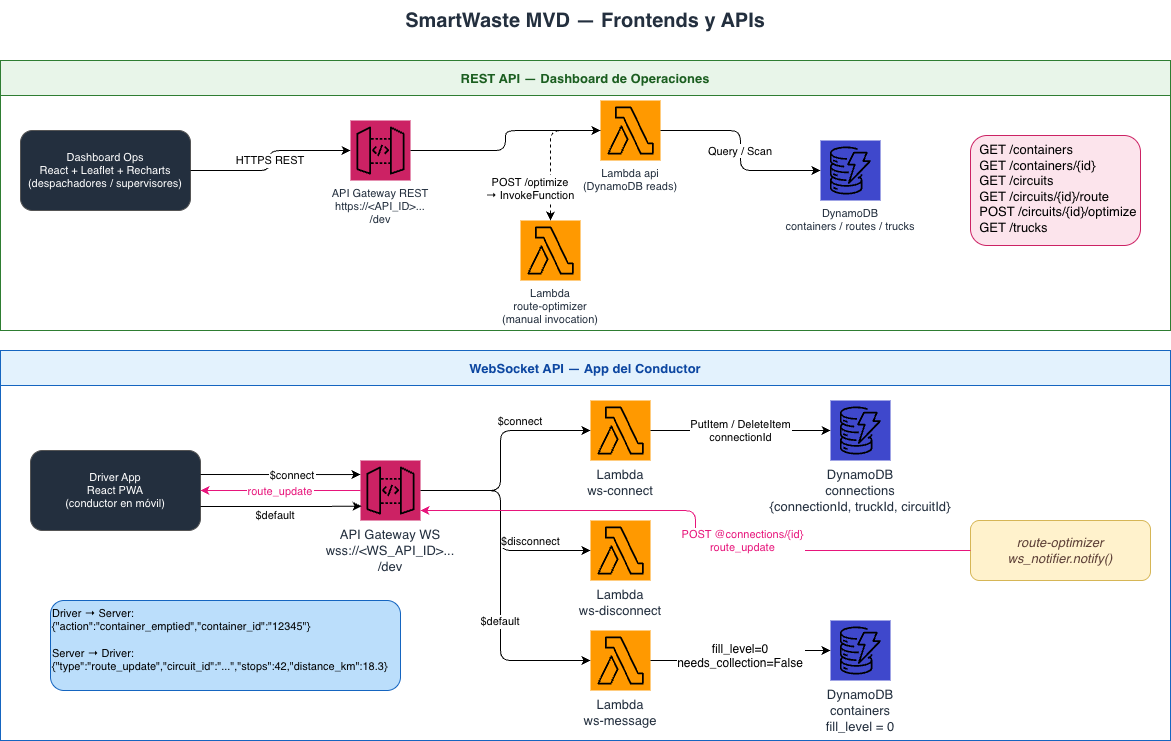
Before: docs/diagrams/03-frontend-apis-english.png, a diagram exported from draw.io (IgnacioSoler1/Smart_waste_management). Source tidied: cells renumbered, new cells last; positions are measured from the earlier drawing's top-left corner, leaving out a move shared by most shapes. Source of this version:
```xml
<mxGraphModel>
  <root>
    <mxCell id="0" />
    <mxCell id="1" parent="0" />
    <mxCell id="2" value="SmartWaste MVD — Frontends y APIs" style="text;html=1;strokeColor=none;fillColor=none;align=center;verticalAlign=middle;whiteSpace=wrap;fontSize=20;fontStyle=1;fontColor=#232F3E;" parent="1" vertex="1">
      <mxGeometry x="85" width="1000" height="40" as="geometry" />
    </mxCell>
    <mxCell id="3" value="REST API — Dashboard de Operaciones" style="swimlane;startSize=35;fillColor=#E8F5E9;strokeColor=#2E7D32;fontStyle=1;fontSize=13;fontColor=#1B5E20;" parent="1" vertex="1">
      <mxGeometry y="60" width="1170" height="270" as="geometry" />
    </mxCell>
    <mxCell id="4" value="Dashboard Ops&#10;React + Leaflet + Recharts&#10;(despachadores / supervisores)" style="rounded=1;whiteSpace=wrap;html=1;fillColor=#232F3E;strokeColor=#555;fontColor=#ffffff;fontSize=11;" parent="3" vertex="1">
      <mxGeometry x="20" y="70" width="170" height="80" as="geometry" />
    </mxCell>
    <mxCell id="5" value="API Gateway REST&#10;https://&lt;API_ID&gt;...&#10;/dev" style="shape=mxgraph.aws4.resourceIcon;resIcon=mxgraph.aws4.api_gateway;fillColor=#CC2264;strokeColor=none;fontColor=#232F3E;fontSize=11;labelPosition=center;verticalLabelPosition=bottom;verticalAlign=top;" parent="3" vertex="1">
      <mxGeometry x="350" y="60" width="60" height="60" as="geometry" />
    </mxCell>
    <mxCell id="6" value="Lambda api&#10;(DynamoDB reads)" style="shape=mxgraph.aws4.resourceIcon;resIcon=mxgraph.aws4.lambda;fillColor=#FF9900;strokeColor=none;fontColor=#232F3E;fontSize=11;labelPosition=center;verticalLabelPosition=bottom;verticalAlign=top;" parent="3" vertex="1">
      <mxGeometry x="600" y="40" width="60" height="60" as="geometry" />
    </mxCell>
    <mxCell id="7" value="DynamoDB&#10;containers / routes / trucks" style="shape=mxgraph.aws4.resourceIcon;resIcon=mxgraph.aws4.dynamodb;fillColor=#3F48CC;strokeColor=none;fontColor=#232F3E;fontSize=11;labelPosition=center;verticalLabelPosition=bottom;verticalAlign=top;" parent="3" vertex="1">
      <mxGeometry x="820" y="80" width="60" height="60" as="geometry" />
    </mxCell>
    <mxCell id="8" value="&lt;font style=&quot;font-size: 13px;&quot;&gt;&amp;nbsp; GET /containers&lt;br&gt;&amp;nbsp; GET /containers/{id}&lt;br&gt;&amp;nbsp; GET /circuits&lt;br&gt;&amp;nbsp; GET /circuits/{id}/route&lt;br&gt;&amp;nbsp; POST /circuits/{id}/optimize&lt;br&gt;&amp;nbsp; GET /trucks&lt;/font&gt;" style="text;html=1;strokeColor=#CC2264;fillColor=#fce4ec;align=left;verticalAlign=top;whiteSpace=wrap;rounded=1;fontSize=10;" parent="3" vertex="1">
      <mxGeometry x="970" y="75" width="170" height="110" as="geometry" />
    </mxCell>
    <mxCell id="9" value="HTTPS REST" style="edgeStyle=orthogonalEdgeStyle;rounded=1;exitX=1;exitY=0.5;exitDx=0;exitDy=0;entryX=0;entryY=0.5;entryDx=0;entryDy=0;" parent="3" edge="1" source="4" target="5">
      <mxGeometry relative="1" as="geometry" />
    </mxCell>
    <mxCell id="10" style="edgeStyle=orthogonalEdgeStyle;rounded=1;" parent="3" edge="1" source="5" target="6">
      <mxGeometry relative="1" as="geometry" />
    </mxCell>
    <mxCell id="11" value="Query / Scan" style="edgeStyle=orthogonalEdgeStyle;rounded=1;" parent="3" edge="1" source="6" target="7">
      <mxGeometry relative="1" as="geometry" />
    </mxCell>
    <mxCell id="12" value="Lambda&#10;route-optimizer&#10;(manual invocation)" style="shape=mxgraph.aws4.resourceIcon;resIcon=mxgraph.aws4.lambda;fillColor=#FF9900;strokeColor=none;fontColor=#232F3E;fontSize=11;labelPosition=center;verticalLabelPosition=bottom;verticalAlign=top;" parent="3" vertex="1">
      <mxGeometry x="520" y="160" width="60" height="60" as="geometry" />
    </mxCell>
    <mxCell id="13" value="POST /optimize&#10;→ InvokeFunction" style="edgeStyle=orthogonalEdgeStyle;rounded=1;dashed=1;" parent="3" edge="1" source="6" target="12">
      <mxGeometry x="0.54" y="-20" relative="1" as="geometry" />
    </mxCell>
    <mxCell id="14" value="WebSocket API — App del Conductor" style="swimlane;startSize=35;fillColor=#E3F2FD;strokeColor=#1565C0;fontStyle=1;fontSize=13;fontColor=#0D47A1;" parent="1" vertex="1">
      <mxGeometry y="350" width="1170" height="390" as="geometry" />
    </mxCell>
    <mxCell id="15" value="Driver App&#10;React PWA&#10;(conductor en móvil)" style="rounded=1;whiteSpace=wrap;html=1;fillColor=#232F3E;strokeColor=#555;fontColor=#ffffff;fontSize=11;" parent="14" vertex="1">
      <mxGeometry x="30" y="100" width="170" height="80" as="geometry" />
    </mxCell>
    <mxCell id="16" value="API Gateway WS&#10;wss://&lt;WS_API_ID&gt;...&#10;/dev" style="shape=mxgraph.aws4.resourceIcon;resIcon=mxgraph.aws4.api_gateway;fillColor=#CC2264;strokeColor=none;fontColor=#232F3E;fontSize=13;labelPosition=center;verticalLabelPosition=bottom;verticalAlign=top;" parent="14" vertex="1">
      <mxGeometry x="360" y="110" width="60" height="60" as="geometry" />
    </mxCell>
    <mxCell id="17" value="Lambda&#10;ws-connect" style="shape=mxgraph.aws4.resourceIcon;resIcon=mxgraph.aws4.lambda;fillColor=#FF9900;strokeColor=none;fontColor=#232F3E;fontSize=13;labelPosition=center;verticalLabelPosition=bottom;verticalAlign=top;" parent="14" vertex="1">
      <mxGeometry x="590" y="50" width="60" height="60" as="geometry" />
    </mxCell>
    <mxCell id="18" value="Lambda&#10;ws-disconnect" style="shape=mxgraph.aws4.resourceIcon;resIcon=mxgraph.aws4.lambda;fillColor=#FF9900;strokeColor=none;fontColor=#232F3E;fontSize=13;labelPosition=center;verticalLabelPosition=bottom;verticalAlign=top;" parent="14" vertex="1">
      <mxGeometry x="590" y="170" width="60" height="60" as="geometry" />
    </mxCell>
    <mxCell id="19" value="Lambda&#10;ws-message" style="shape=mxgraph.aws4.resourceIcon;resIcon=mxgraph.aws4.lambda;fillColor=#FF9900;strokeColor=none;fontColor=#232F3E;fontSize=13;labelPosition=center;verticalLabelPosition=bottom;verticalAlign=top;" parent="14" vertex="1">
      <mxGeometry x="590" y="280" width="60" height="60" as="geometry" />
    </mxCell>
    <mxCell id="20" value="DynamoDB&#10;connections&#10;{connectionId, truckId, circuitId}" style="shape=mxgraph.aws4.resourceIcon;resIcon=mxgraph.aws4.dynamodb;fillColor=#3F48CC;strokeColor=none;fontColor=#232F3E;fontSize=13;labelPosition=center;verticalLabelPosition=bottom;verticalAlign=top;" parent="14" vertex="1">
      <mxGeometry x="830" y="50" width="60" height="60" as="geometry" />
    </mxCell>
    <mxCell id="21" value="DynamoDB&#10;containers&#10;fill_level = 0" style="shape=mxgraph.aws4.resourceIcon;resIcon=mxgraph.aws4.dynamodb;fillColor=#3F48CC;strokeColor=none;fontColor=#232F3E;fontSize=13;labelPosition=center;verticalLabelPosition=bottom;verticalAlign=top;" parent="14" vertex="1">
      <mxGeometry x="830" y="270" width="60" height="60" as="geometry" />
    </mxCell>
    <mxCell id="22" value="&lt;font style=&quot;font-size: 13px;&quot;&gt;route-optimizer&lt;br&gt;ws_notifier.notify()&lt;/font&gt;" style="rounded=1;whiteSpace=wrap;html=1;fillColor=#fff2cc;strokeColor=#d6b656;fontColor=#5d4037;fontSize=11;fontStyle=2;" parent="14" vertex="1">
      <mxGeometry x="970" y="170" width="180" height="60" as="geometry" />
    </mxCell>
    <mxCell id="23" value="&lt;font style=&quot;font-size: 11px;&quot;&gt;Driver → Server:&lt;br&gt;{&quot;action&quot;:&quot;container_emptied&quot;,&quot;container_id&quot;:&quot;12345&quot;}&lt;br&gt;&lt;br&gt;Server → Driver:&lt;br&gt;{&quot;type&quot;:&quot;route_update&quot;,&quot;circuit_id&quot;:&quot;...&quot;,&quot;stops&quot;:42,&quot;distance_km&quot;:18.3}&lt;/font&gt;" style="text;html=1;strokeColor=#1565C0;fillColor=#bbdefb;align=left;verticalAlign=top;whiteSpace=wrap;rounded=1;fontSize=10;" parent="14" vertex="1">
      <mxGeometry x="50" y="250" width="350" height="90" as="geometry" />
    </mxCell>
    <mxCell id="24" value="$connect" style="edgeStyle=orthogonalEdgeStyle;rounded=1;exitX=1;exitY=0.3;exitDx=0;exitDy=0;" parent="14" edge="1" source="15">
      <mxGeometry x="-0.02" y="-14" relative="1" as="geometry">
        <mxPoint x="360" y="124" as="targetPoint" />
        <Array as="points">
          <mxPoint x="360" y="124" />
        </Array>
        <mxPoint x="14" y="-14" as="offset" />
      </mxGeometry>
    </mxCell>
    <mxCell id="25" value="$default" style="edgeStyle=orthogonalEdgeStyle;rounded=1;exitX=1;exitY=0.7;exitDx=0;exitDy=0;entryX=0.02;entryY=0.763;entryDx=0;entryDy=0;entryPerimeter=0;" parent="14" edge="1" source="15" target="16">
      <mxGeometry x="-0.02" y="-4" relative="1" as="geometry">
        <mxPoint x="-4" y="4" as="offset" />
      </mxGeometry>
    </mxCell>
    <mxCell id="26" value="$connect" style="edgeStyle=orthogonalEdgeStyle;rounded=1;" parent="14" edge="1" source="16" target="17">
      <mxGeometry x="0.39" y="10" relative="1" as="geometry">
        <Array as="points">
          <mxPoint x="500" y="140" />
          <mxPoint x="500" y="80" />
        </Array>
      </mxGeometry>
    </mxCell>
    <mxCell id="27" value="$disconnect" style="edgeStyle=orthogonalEdgeStyle;rounded=1;" parent="14" edge="1" source="16" target="18">
      <mxGeometry x="0.48" y="10" relative="1" as="geometry">
        <Array as="points">
          <mxPoint x="500" y="140" />
          <mxPoint x="500" y="200" />
        </Array>
      </mxGeometry>
    </mxCell>
    <mxCell id="28" value="$default" style="edgeStyle=orthogonalEdgeStyle;rounded=1;" parent="14" edge="1" source="16" target="19">
      <mxGeometry x="0.24" relative="1" as="geometry">
        <Array as="points">
          <mxPoint x="500" y="140" />
          <mxPoint x="500" y="310" />
        </Array>
      </mxGeometry>
    </mxCell>
    <mxCell id="29" value="PutItem / DeleteItem&#10;connectionId" style="edgeStyle=orthogonalEdgeStyle;rounded=1;" parent="14" edge="1" source="17" target="20">
      <mxGeometry relative="1" as="geometry" />
    </mxCell>
    <mxCell id="30" value="fill_level=0&#10;needs_collection=False" style="edgeStyle=orthogonalEdgeStyle;rounded=1;fontSize=12;" parent="14" edge="1" source="19" target="21">
      <mxGeometry relative="1" as="geometry" />
    </mxCell>
    <mxCell id="31" value="POST @connections/{id}&#10;route_update" style="edgeStyle=orthogonalEdgeStyle;rounded=1;strokeColor=#E7157B;fontColor=#E7157B;exitX=0;exitY=0.5;exitDx=0;exitDy=0;" parent="14" edge="1" source="22">
      <mxGeometry x="-0.23" y="-10" relative="1" as="geometry">
        <mxPoint x="420" y="160" as="targetPoint" />
        <Array as="points">
          <mxPoint x="695" y="200" />
          <mxPoint x="695" y="160" />
          <mxPoint x="420" y="160" />
        </Array>
      </mxGeometry>
    </mxCell>
    <mxCell id="32" value="route_update" style="edgeStyle=orthogonalEdgeStyle;rounded=1;strokeColor=#E7157B;fontColor=#E7157B;exitX=0;exitY=0.5;exitDx=0;exitDy=0;entryX=1;entryY=0.5;entryDx=0;entryDy=0;" parent="14" edge="1" source="16" target="15">
      <mxGeometry relative="1" as="geometry" />
    </mxCell>
  </root>
</mxGraphModel>
```
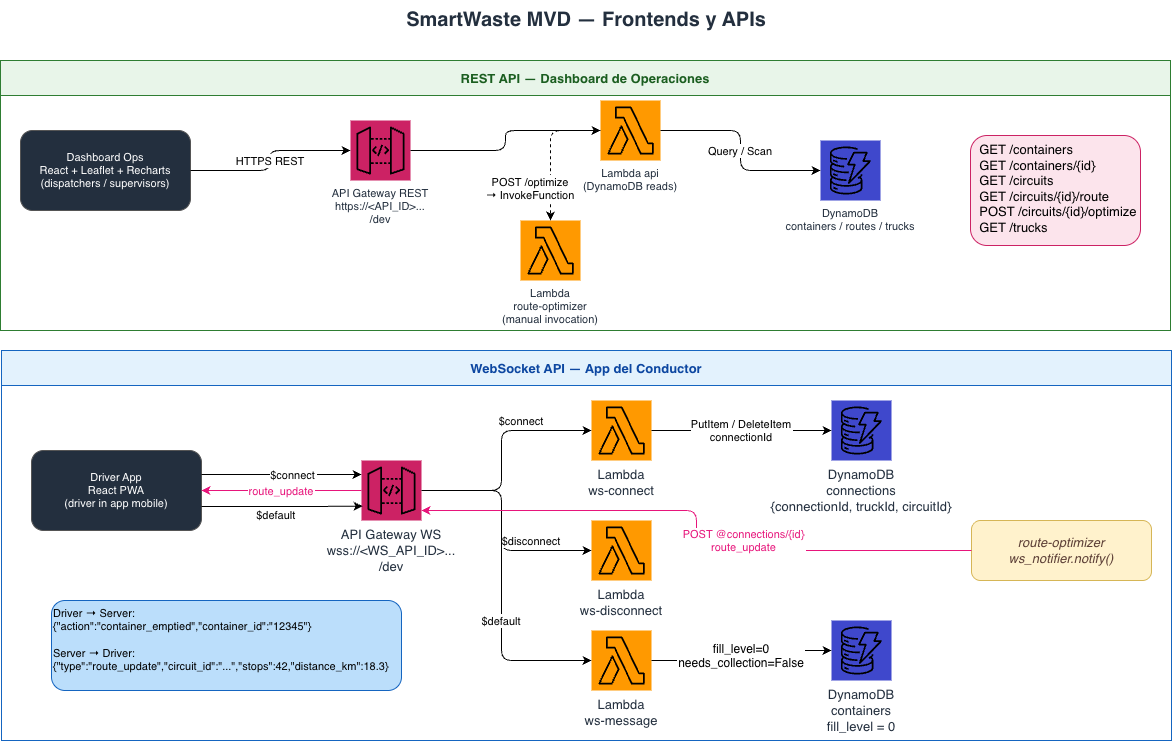
The same diagram one commit later.

Change to the diagram source:
```diff
@@ -1,14 +1,14 @@
-<mxGraphModel>
+<mxGraphModel background="#ffffff">
   <root>
     <mxCell id="0" />
     <mxCell id="1" parent="0" />
     <mxCell id="2" value="SmartWaste MVD — Frontends y APIs" style="text;html=1;strokeColor=none;fillColor=none;align=center;verticalAlign=middle;whiteSpace=wrap;fontSize=20;fontStyle=1;fontColor=#232F3E;" parent="1" vertex="1">
-      <mxGeometry x="85" width="1000" height="40" as="geometry" />
+      <mxGeometry x="86" y="-1" width="1000" height="40" as="geometry" />
     </mxCell>
     <mxCell id="3" value="REST API — Dashboard de Operaciones" style="swimlane;startSize=35;fillColor=#E8F5E9;strokeColor=#2E7D32;fontStyle=1;fontSize=13;fontColor=#1B5E20;" parent="1" vertex="1">
       <mxGeometry y="60" width="1170" height="270" as="geometry" />
     </mxCell>
-    <mxCell id="4" value="Dashboard Ops&#10;React + Leaflet + Recharts&#10;(despachadores / supervisores)" style="rounded=1;whiteSpace=wrap;html=1;fillColor=#232F3E;strokeColor=#555;fontColor=#ffffff;fontSize=11;" parent="3" vertex="1">
+    <mxCell id="4" value="Dashboard Ops&lt;br&gt;React + Leaflet + Recharts&lt;br&gt;(dispatchers / supervisors)" style="rounded=1;whiteSpace=wrap;html=1;fillColor=#232F3E;strokeColor=#555;fontColor=#ffffff;fontSize=11;" parent="3" vertex="1">
       <mxGeometry x="20" y="70" width="170" height="80" as="geometry" />
     </mxCell>
     <mxCell id="5" value="API Gateway REST&#10;https://&lt;API_ID&gt;...&#10;/dev" style="shape=mxgraph.aws4.resourceIcon;resIcon=mxgraph.aws4.api_gateway;fillColor=#CC2264;strokeColor=none;fontColor=#232F3E;fontSize=11;labelPosition=center;verticalLabelPosition=bottom;verticalAlign=top;" parent="3" vertex="1">
@@ -39,9 +39,9 @@
       <mxGeometry x="0.54" y="-20" relative="1" as="geometry" />
     </mxCell>
     <mxCell id="14" value="WebSocket API — App del Conductor" style="swimlane;startSize=35;fillColor=#E3F2FD;strokeColor=#1565C0;fontStyle=1;fontSize=13;fontColor=#0D47A1;" parent="1" vertex="1">
-      <mxGeometry y="350" width="1170" height="390" as="geometry" />
+      <mxGeometry x="1" y="350" width="1170" height="390" as="geometry" />
     </mxCell>
-    <mxCell id="15" value="Driver App&#10;React PWA&#10;(conductor en móvil)" style="rounded=1;whiteSpace=wrap;html=1;fillColor=#232F3E;strokeColor=#555;fontColor=#ffffff;fontSize=11;" parent="14" vertex="1">
+    <mxCell id="15" value="Driver App&lt;br&gt;React PWA&lt;br&gt;(driver in app mobile)" style="rounded=1;whiteSpace=wrap;html=1;fillColor=#232F3E;strokeColor=#555;fontColor=#ffffff;fontSize=11;" parent="14" vertex="1">
       <mxGeometry x="30" y="100" width="170" height="80" as="geometry" />
     </mxCell>
     <mxCell id="16" value="API Gateway WS&#10;wss://&lt;WS_API_ID&gt;...&#10;/dev" style="shape=mxgraph.aws4.resourceIcon;resIcon=mxgraph.aws4.api_gateway;fillColor=#CC2264;strokeColor=none;fontColor=#232F3E;fontSize=13;labelPosition=center;verticalLabelPosition=bottom;verticalAlign=top;" parent="14" vertex="1">
```
